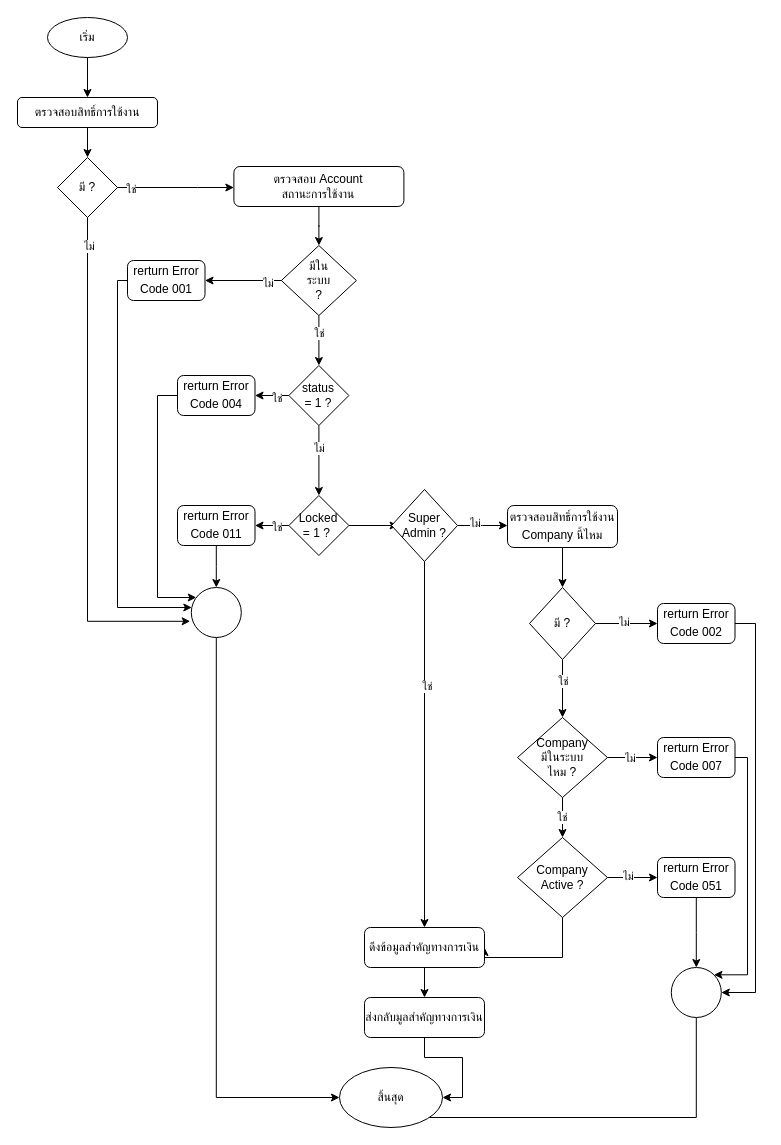
charifrodmanee/charifrodmanee keeps this draw.io diagram as page "หน้า-1" (1 of 4) of FInancialStatementsInfo.drawio. Above is the earlier version. Source tidied: cells renumbered, new cells numbered last; positions are measured from the earlier drawing's top-left corner, leaving out a move shared by most shapes. Both pictures are drawn from the tidied source at 100%, with x=0, y=0 at pixel (17, 17).
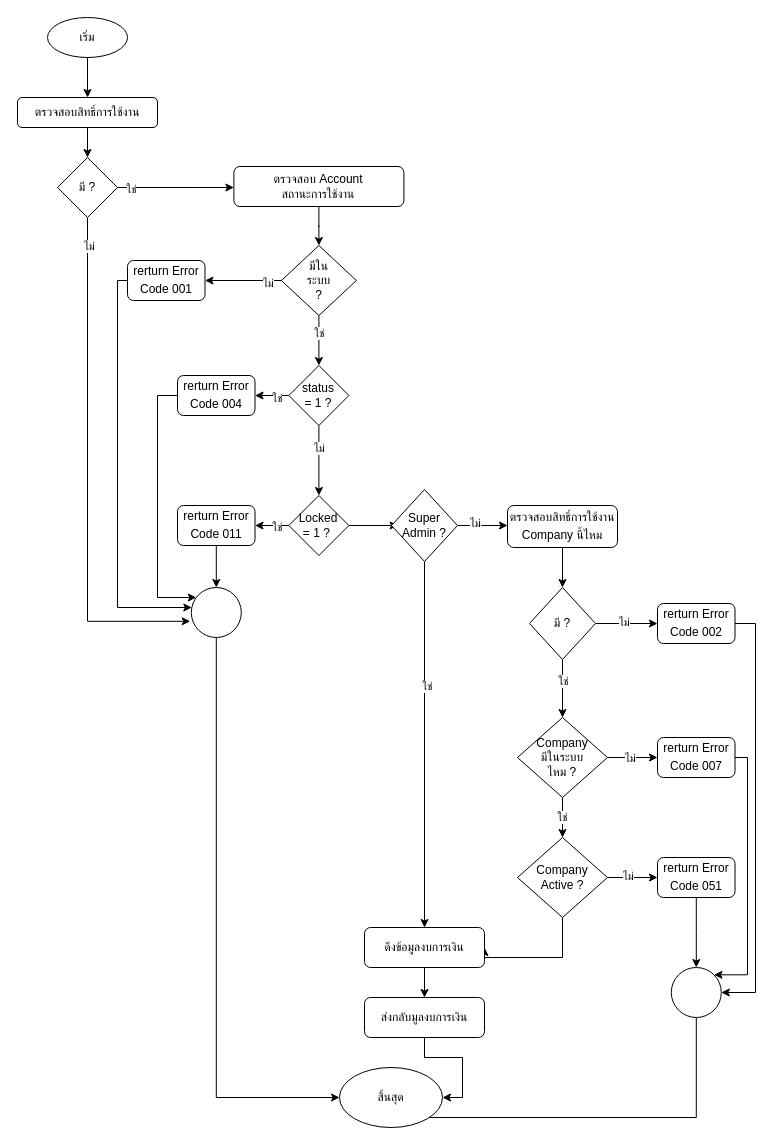
The same page after the edit.

Diff of the diagram source:
```diff
@@
-    <mxCell id="62" value="ดึงข้อมูลสำคัญทางการเงิน" style="rounded=1;whiteSpace=wrap;html=1;" parent="1" vertex="1">
+    <mxCell id="62" value="ดึงข้อมูลงบการเงิน" style="rounded=1;whiteSpace=wrap;html=1;" parent="1" vertex="1">
       <mxGeometry x="347" y="910" width="120" height="40" as="geometry" />
     </mxCell>
@@
-    <mxCell id="67" value="ส่งกลับมูลสำคัญทางการเงิน" style="rounded=1;whiteSpace=wrap;html=1;" parent="1" vertex="1">
+    <mxCell id="67" value="ส่งกลับมูลงบการเงิน" style="rounded=1;whiteSpace=wrap;html=1;" parent="1" vertex="1">
       <mxGeometry x="347" y="980" width="120" height="40" as="geometry" />
     </mxCell>
```
